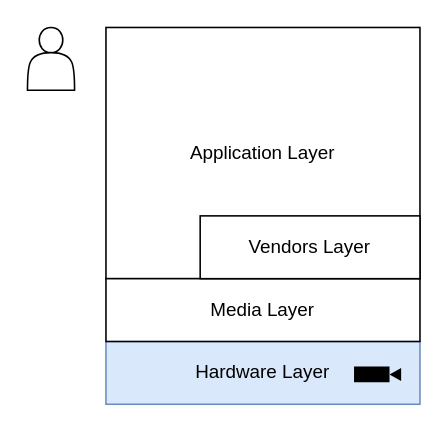
The draw.io diagram Untitled Diagram.drawio in shihangz/dev, before the edit. Source tidied: cells renumbered, new cells numbered last; positions are measured from the earlier drawing's top-left corner, leaving out a move shared by most shapes. Both pictures are drawn from the tidied source at 157%, with x=0, y=0 at pixel (27, 27).
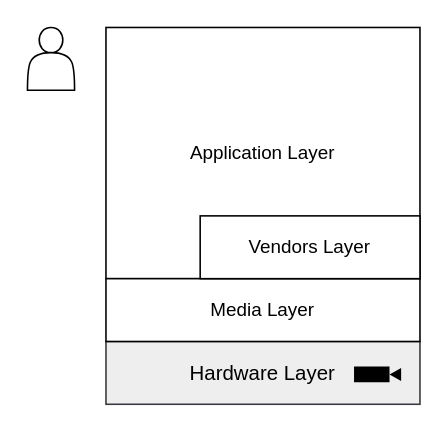
Above is the later version.

What changed in the source:
```diff
@@
 <mxGraphModel>
   <root>
     <mxCell id="0" />
     <mxCell id="1" parent="0" />
-    <mxCell id="2" value="Hardware Layer" style="rounded=0;whiteSpace=wrap;html=1;fillColor=#dae8fc;strokeColor=#6c8ebf;" parent="1" vertex="1">
+    <mxCell id="2" value="Hardware Layer" style="rounded=0;whiteSpace=wrap;html=1;strokeWidth=1;fillColor=#eeeeee;strokeColor=#36393d;fontSize=13;" parent="1" vertex="1">
       <mxGeometry x="50" y="200" width="200" height="40" as="geometry" />
     </mxCell>
     <mxCell id="3" value="Application Layer" style="rounded=0;whiteSpace=wrap;html=1;" parent="1" vertex="1">
       <mxGeometry x="50" width="200" height="160" as="geometry" />
     </mxCell>
     <mxCell id="4" value="Media Layer" style="rounded=0;whiteSpace=wrap;html=1;" parent="1" vertex="1">
       <mxGeometry x="50" y="160" width="200" height="40" as="geometry" />
     </mxCell>
     <mxCell id="5" value="Vendors Layer" style="rounded=0;whiteSpace=wrap;html=1;" parent="1" vertex="1">
       <mxGeometry x="110" y="120" width="140" height="40" as="geometry" />
     </mxCell>
     <mxCell id="6" style="shape=mxgraph.signs.tech.video_camera;html=1;fillColor=#000000;strokeColor=none;verticalLabelPosition=bottom;verticalAlign=top;align=center;" parent="1" vertex="1">
       <mxGeometry x="208" y="216" width="30" height="10" as="geometry" />
     </mxCell>
     <mxCell id="7" style="shape=actor;whiteSpace=wrap;html=1;" parent="1" vertex="1">
       <mxGeometry width="30" height="40" as="geometry" />
     </mxCell>
   </root>
 </mxGraphModel>
```
